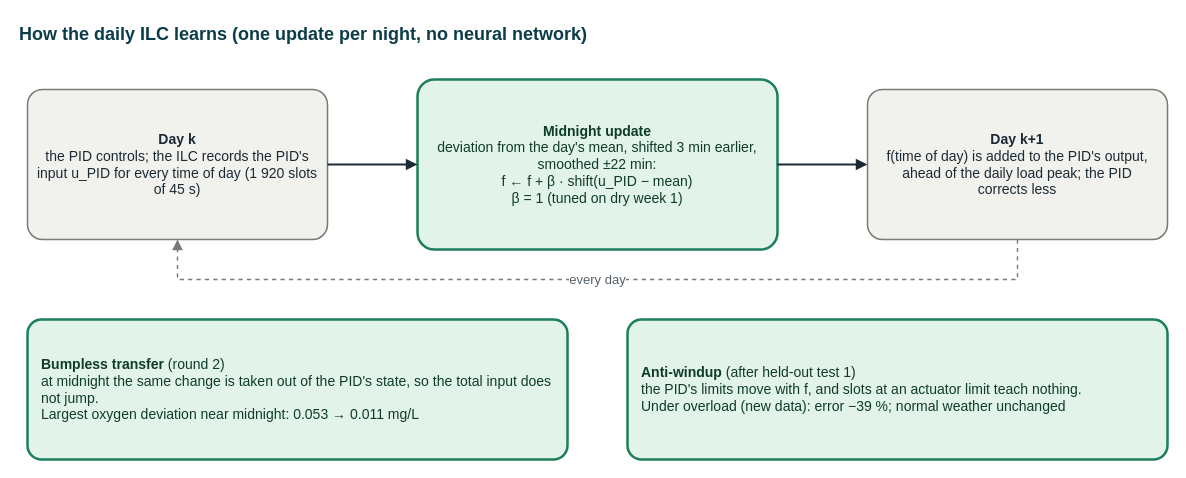
Amritha902/water_resource keeps this draw.io diagram as docs/diagrams/d3_ilc.drawio. Above is the earlier version. Source tidied: cells renumbered, new cells numbered last; positions are measured from the earlier drawing's top-left corner, leaving out a move shared by most shapes. Both pictures are drawn from the tidied source at 100%, with x=0, y=0 at pixel (17, 17).
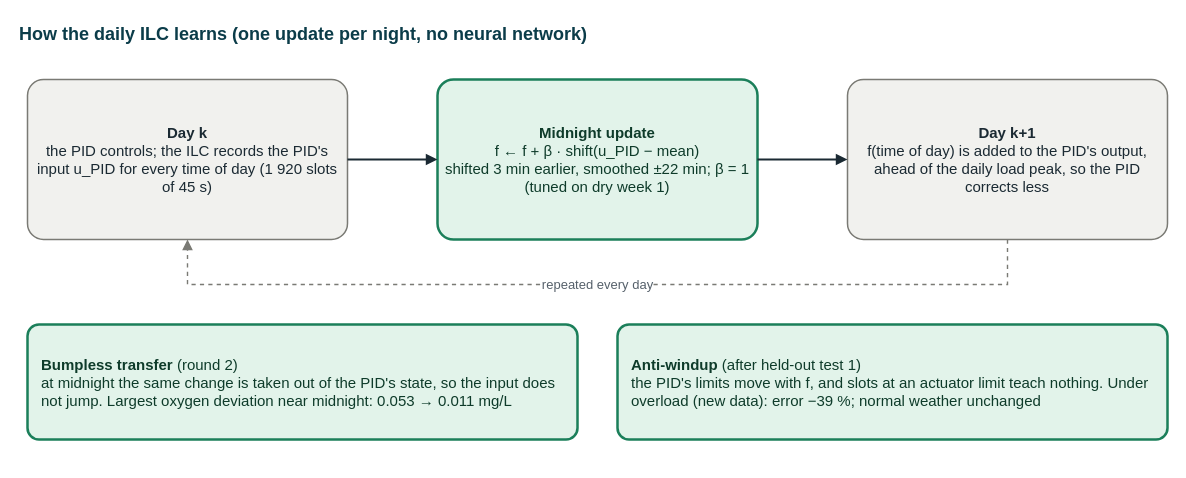
The same diagram, later.

Diff of the diagram source:
```diff
@@
 <mxGraphModel>
   <root>
     <mxCell id="0" />
     <mxCell id="1" parent="0" />
     <mxCell id="2" value="How the daily ILC learns (one update per night, no neural network)" style="text;html=1;strokeColor=none;fillColor=none;align=left;verticalAlign=middle;whiteSpace=wrap;fontFamily=Helvetica;fontSize=18;fontStyle=1;fontColor=#0B3C49;" parent="1" vertex="1">
       <mxGeometry width="1150" height="34" as="geometry" />
     </mxCell>
-    <mxCell id="3" value="&lt;b&gt;Day k&lt;/b&gt;&lt;br&gt;the PID controls; the ILC records the PID's input u_PID for every time of day (1 920 slots of 45 s)" style="rounded=1;arcSize=10;whiteSpace=wrap;html=1;fontFamily=Helvetica;fontSize=14;fillColor=#F1F1EE;strokeColor=#7A7A74;fontColor=#1B2A33;strokeWidth=1.5;fontSize=14;spacing=10;" parent="1" vertex="1">
-      <mxGeometry x="10" y="72" width="300" height="150" as="geometry" />
+    <mxCell id="3" value="&lt;b&gt;Day k&lt;/b&gt;&lt;br&gt;the PID controls; the ILC records the PID's input u_PID for every time of day (1 920 slots of 45 s)" style="rounded=1;arcSize=10;whiteSpace=wrap;html=1;spacing=8;fontFamily=Helvetica;fontSize=15;fillColor=#F1F1EE;strokeColor=#7A7A74;fontColor=#1B2A33;strokeWidth=1.5;" parent="1" vertex="1">
+      <mxGeometry x="10" y="62" width="320" height="160" as="geometry" />
     </mxCell>
-    <mxCell id="4" value="&lt;b&gt;Midnight update&lt;/b&gt;&lt;br&gt;deviation from the day's mean, shifted 3 min earlier, smoothed ±22 min:&lt;br&gt;f ← f + β · shift(u_PID − mean)&lt;br&gt;β = 1 (tuned on dry week 1)" style="rounded=1;arcSize=10;whiteSpace=wrap;html=1;fontFamily=Helvetica;fontSize=14;fillColor=#E2F3EA;strokeColor=#1B7F5A;fontColor=#0E3B2A;strokeWidth=2.5;fontSize=14;" parent="1" vertex="1">
-      <mxGeometry x="400" y="62" width="360" height="170" as="geometry" />
+    <mxCell id="4" value="&lt;b&gt;Midnight update&lt;/b&gt;&lt;br&gt;f ← f + β · shift(u_PID − mean)&lt;br&gt;shifted 3 min earlier, smoothed ±22 min; β = 1 (tuned on dry week 1)" style="rounded=1;arcSize=10;whiteSpace=wrap;html=1;spacing=8;fontFamily=Helvetica;fontSize=15;fillColor=#E2F3EA;strokeColor=#1B7F5A;fontColor=#0E3B2A;strokeWidth=2.5;" parent="1" vertex="1">
+      <mxGeometry x="420" y="62" width="320" height="160" as="geometry" />
     </mxCell>
-    <mxCell id="5" value="&lt;b&gt;Day k+1&lt;/b&gt;&lt;br&gt;f(time of day) is added to the PID's output, ahead of the daily load peak; the PID corrects less" style="rounded=1;arcSize=10;whiteSpace=wrap;html=1;fontFamily=Helvetica;fontSize=14;fillColor=#F1F1EE;strokeColor=#7A7A74;fontColor=#1B2A33;strokeWidth=1.5;fontSize=14;spacing=10;" parent="1" vertex="1">
-      <mxGeometry x="850" y="72" width="300" height="150" as="geometry" />
+    <mxCell id="5" value="&lt;b&gt;Day k+1&lt;/b&gt;&lt;br&gt;f(time of day) is added to the PID's output, ahead of the daily load peak, so the PID corrects less" style="rounded=1;arcSize=10;whiteSpace=wrap;html=1;spacing=8;fontFamily=Helvetica;fontSize=15;fillColor=#F1F1EE;strokeColor=#7A7A74;fontColor=#1B2A33;strokeWidth=1.5;" parent="1" vertex="1">
+      <mxGeometry x="830" y="62" width="320" height="160" as="geometry" />
     </mxCell>
     <mxCell id="6" style="edgeStyle=orthogonalEdgeStyle;rounded=0;html=1;endArrow=block;endFill=1;endSize=7;strokeColor=#1B2A33;strokeWidth=1.8;fontFamily=Helvetica;fontSize=13;fontColor=#1B2A33;labelBackgroundColor=#FFFFFF;exitX=1;exitY=0.5;exitDx=0;exitDy=0;entryX=0;entryY=0.5;entryDx=0;entryDy=0;" parent="1" edge="1" source="3" target="4">
       <mxGeometry relative="1" as="geometry" />
     </mxCell>
     <mxCell id="7" style="edgeStyle=orthogonalEdgeStyle;rounded=0;html=1;endArrow=block;endFill=1;endSize=7;strokeColor=#1B2A33;strokeWidth=1.8;fontFamily=Helvetica;fontSize=13;fontColor=#1B2A33;labelBackgroundColor=#FFFFFF;exitX=1;exitY=0.5;exitDx=0;exitDy=0;entryX=0;entryY=0.5;entryDx=0;entryDy=0;" parent="1" edge="1" source="4" target="5">
       <mxGeometry relative="1" as="geometry" />
     </mxCell>
-    <mxCell id="8" value="every day" style="edgeStyle=orthogonalEdgeStyle;rounded=0;html=1;endArrow=block;endFill=1;endSize=7;strokeColor=#1B2A33;strokeWidth=1.8;fontFamily=Helvetica;fontSize=13;fontColor=#1B2A33;labelBackgroundColor=#FFFFFF;strokeColor=#7A7A74;dashed=1;fontColor=#55606A;strokeWidth=1.4;exitX=0.5;exitY=1;exitDx=0;exitDy=0;entryX=0.5;entryY=1;entryDx=0;entryDy=0;" parent="1" edge="1" source="5" target="3">
+    <mxCell id="8" value="repeated every day" style="edgeStyle=orthogonalEdgeStyle;rounded=0;html=1;endArrow=block;endFill=1;endSize=7;strokeColor=#1B2A33;strokeWidth=1.8;fontFamily=Helvetica;fontSize=13;fontColor=#1B2A33;labelBackgroundColor=#FFFFFF;strokeColor=#7A7A74;dashed=1;fontColor=#55606A;strokeWidth=1.4;exitX=0.5;exitY=1;exitDx=0;exitDy=0;entryX=0.5;entryY=1;entryDx=0;entryDy=0;" parent="1" edge="1" source="5" target="3">
       <mxGeometry relative="1" as="geometry">
         <Array as="points">
-          <mxPoint x="1000" y="262" />
-          <mxPoint x="160" y="262" />
+          <mxPoint x="990" y="267" />
+          <mxPoint x="170" y="267" />
         </Array>
       </mxGeometry>
     </mxCell>
-    <mxCell id="9" value="&lt;b&gt;Bumpless transfer&lt;/b&gt; (round 2)&lt;br&gt;at midnight the same change is taken out of the PID's state, so the total input does not jump.&lt;br&gt;Largest oxygen deviation near midnight: 0.053 → 0.011 mg/L" style="rounded=1;arcSize=10;whiteSpace=wrap;html=1;fontFamily=Helvetica;fontSize=14;fillColor=#E2F3EA;strokeColor=#1B7F5A;fontColor=#0E3B2A;strokeWidth=2.5;align=left;spacingLeft=12;" parent="1" vertex="1">
-      <mxGeometry x="10" y="302" width="540" height="140" as="geometry" />
+    <mxCell id="9" value="&lt;b&gt;Bumpless transfer&lt;/b&gt; (round 2)&lt;br&gt;at midnight the same change is taken out of the PID's state, so the input does not jump. Largest oxygen deviation near midnight: 0.053 → 0.011 mg/L" style="rounded=1;arcSize=10;whiteSpace=wrap;html=1;spacing=8;fontFamily=Helvetica;fontSize=15;fillColor=#E2F3EA;strokeColor=#1B7F5A;fontColor=#0E3B2A;strokeWidth=2.5;align=left;spacing=14;" parent="1" vertex="1">
+      <mxGeometry x="10" y="307" width="550" height="115" as="geometry" />
     </mxCell>
-    <mxCell id="10" value="&lt;b&gt;Anti-windup&lt;/b&gt; (after held-out test 1)&lt;br&gt;the PID's limits move with f, and slots at an actuator limit teach nothing.&lt;br&gt;Under overload (new data): error −39 %; normal weather unchanged" style="rounded=1;arcSize=10;whiteSpace=wrap;html=1;fontFamily=Helvetica;fontSize=14;fillColor=#E2F3EA;strokeColor=#1B7F5A;fontColor=#0E3B2A;strokeWidth=2.5;align=left;spacingLeft=12;" parent="1" vertex="1">
-      <mxGeometry x="610" y="302" width="540" height="140" as="geometry" />
+    <mxCell id="10" value="&lt;b&gt;Anti-windup&lt;/b&gt; (after held-out test 1)&lt;br&gt;the PID's limits move with f, and slots at an actuator limit teach nothing. Under overload (new data): error −39 %; normal weather unchanged" style="rounded=1;arcSize=10;whiteSpace=wrap;html=1;spacing=8;fontFamily=Helvetica;fontSize=15;fillColor=#E2F3EA;strokeColor=#1B7F5A;fontColor=#0E3B2A;strokeWidth=2.5;align=left;spacing=14;" parent="1" vertex="1">
+      <mxGeometry x="600" y="307" width="550" height="115" as="geometry" />
     </mxCell>
   </root>
 </mxGraphModel>
```
